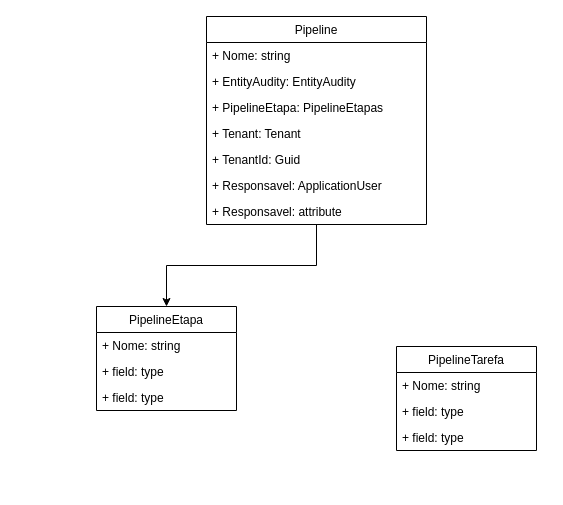
Above: docs/Composição entidade Pipeline e suas relações.drawio in sigespweb22/boxapp-api (draw.io), before the change. Source tidied: cells renumbered, new cells numbered last; positions are measured from the earlier drawing's top-left corner, leaving out a move shared by most shapes. Both pictures are drawn from the tidied source at 100%, with x=0, y=0 at pixel (96, 16).
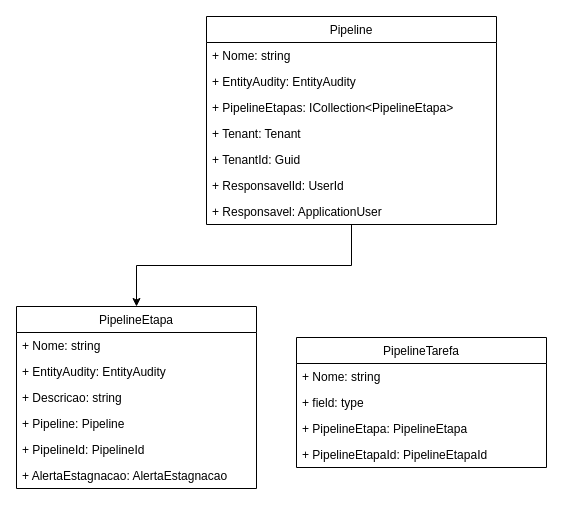
The same diagram, later.

Change to the diagram source:
```diff
@@
     <mxCell id="3" value="Pipeline" style="swimlane;fontStyle=0;horizontal=1;startSize=26;fillColor=none;" parent="1" vertex="1">
-      <mxGeometry x="110" width="220" height="208" as="geometry" />
+      <mxGeometry x="110" width="290" height="208" as="geometry" />
     </mxCell>
     <mxCell id="4" value="+ Nome: string" style="text;strokeColor=none;fillColor=none;align=left;verticalAlign=top;spacingLeft=4;spacingRight=4;overflow=hidden;" parent="3" vertex="1">
-      <mxGeometry y="26" width="220" height="26" as="geometry" />
+      <mxGeometry y="26" width="290" height="26" as="geometry" />
     </mxCell>
     <mxCell id="5" value="+ EntityAudity: EntityAudity" style="text;strokeColor=none;fillColor=none;align=left;verticalAlign=top;spacingLeft=4;spacingRight=4;overflow=hidden;" parent="3" vertex="1">
-      <mxGeometry y="52" width="220" height="26" as="geometry" />
+      <mxGeometry y="52" width="290" height="26" as="geometry" />
     </mxCell>
-    <mxCell id="6" value="+ PipelineEtapa: PipelineEtapas" style="text;strokeColor=none;fillColor=none;align=left;verticalAlign=top;spacingLeft=4;spacingRight=4;overflow=hidden;" parent="3" vertex="1">
-      <mxGeometry y="78" width="220" height="26" as="geometry" />
+    <mxCell id="6" value="+ PipelineEtapas: ICollection&lt;PipelineEtapa&gt;" style="text;strokeColor=none;fillColor=none;align=left;verticalAlign=top;spacingLeft=4;spacingRight=4;overflow=hidden;" parent="3" vertex="1">
+      <mxGeometry y="78" width="290" height="26" as="geometry" />
     </mxCell>
     <mxCell id="7" value="+ Tenant: Tenant" style="text;strokeColor=none;fillColor=none;align=left;verticalAlign=top;spacingLeft=4;spacingRight=4;overflow=hidden;" parent="3" vertex="1">
-      <mxGeometry y="104" width="220" height="26" as="geometry" />
+      <mxGeometry y="104" width="290" height="26" as="geometry" />
     </mxCell>
     <mxCell id="8" value="+ TenantId: Guid" style="text;strokeColor=none;fillColor=none;align=left;verticalAlign=top;spacingLeft=4;spacingRight=4;overflow=hidden;" parent="3" vertex="1">
-      <mxGeometry y="130" width="220" height="26" as="geometry" />
+      <mxGeometry y="130" width="290" height="26" as="geometry" />
     </mxCell>
-    <mxCell id="9" value="+ Responsavel: ApplicationUser" style="text;strokeColor=none;fillColor=none;align=left;verticalAlign=top;spacingLeft=4;spacingRight=4;overflow=hidden;" parent="3" vertex="1">
-      <mxGeometry y="156" width="220" height="26" as="geometry" />
+    <mxCell id="9" value="+ ResponsavelId: UserId" style="text;strokeColor=none;fillColor=none;align=left;verticalAlign=top;spacingLeft=4;spacingRight=4;overflow=hidden;" parent="3" vertex="1">
+      <mxGeometry y="156" width="290" height="26" as="geometry" />
     </mxCell>
-    <mxCell id="10" value="+ Responsavel: attribute" style="text;strokeColor=none;fillColor=none;align=left;verticalAlign=top;spacingLeft=4;spacingRight=4;overflow=hidden;" parent="3" vertex="1">
-      <mxGeometry y="182" width="220" height="26" as="geometry" />
+    <mxCell id="10" value="+ Responsavel: ApplicationUser" style="text;strokeColor=none;fillColor=none;align=left;verticalAlign=top;spacingLeft=4;spacingRight=4;overflow=hidden;" parent="3" vertex="1">
+      <mxGeometry y="182" width="290" height="26" as="geometry" />
     </mxCell>
     <mxCell id="11" value="PipelineEtapa" style="swimlane;fontStyle=0;horizontal=1;startSize=26;fillColor=none;" parent="1" vertex="1">
-      <mxGeometry y="290" width="140" height="104" as="geometry" />
+      <mxGeometry x="-80" y="290" width="240" height="182" as="geometry" />
     </mxCell>
     <mxCell id="12" value="+ Nome: string" style="text;strokeColor=none;fillColor=none;align=left;verticalAlign=top;spacingLeft=4;spacingRight=4;overflow=hidden;" parent="11" vertex="1">
-      <mxGeometry y="26" width="140" height="26" as="geometry" />
+      <mxGeometry y="26" width="240" height="26" as="geometry" />
     </mxCell>
+    <mxCell id="19" value="+ EntityAudity: EntityAudity" style="text;strokeColor=none;fillColor=none;align=left;verticalAlign=top;spacingLeft=4;spacingRight=4;overflow=hidden;" parent="11" vertex="1">
+      <mxGeometry y="52" width="240" height="26" as="geometry" />
+    </mxCell>
-    <mxCell id="13" value="+ field: type" style="text;strokeColor=none;fillColor=none;align=left;verticalAlign=top;spacingLeft=4;spacingRight=4;overflow=hidden;" parent="11" vertex="1">
-      <mxGeometry y="52" width="140" height="26" as="geometry" />
+    <mxCell id="13" value="+ Descricao: string" style="text;strokeColor=none;fillColor=none;align=left;verticalAlign=top;spacingLeft=4;spacingRight=4;overflow=hidden;" parent="11" vertex="1">
+      <mxGeometry y="78" width="240" height="26" as="geometry" />
     </mxCell>
-    <mxCell id="14" value="+ field: type" style="text;strokeColor=none;fillColor=none;align=left;verticalAlign=top;spacingLeft=4;spacingRight=4;overflow=hidden;" parent="11" vertex="1">
-      <mxGeometry y="78" width="140" height="26" as="geometry" />
+    <mxCell id="14" value="+ Pipeline: Pipeline" style="text;strokeColor=none;fillColor=none;align=left;verticalAlign=top;spacingLeft=4;spacingRight=4;overflow=hidden;" parent="11" vertex="1">
+      <mxGeometry y="104" width="240" height="26" as="geometry" />
     </mxCell>
+    <mxCell id="20" value="+ PipelineId: PipelineId" style="text;strokeColor=none;fillColor=none;align=left;verticalAlign=top;spacingLeft=4;spacingRight=4;overflow=hidden;" parent="11" vertex="1">
+      <mxGeometry y="130" width="240" height="26" as="geometry" />
+    </mxCell>
+    <mxCell id="21" value="+ AlertaEstagnacao: AlertaEstagnacao" style="text;strokeColor=none;fillColor=none;align=left;verticalAlign=top;spacingLeft=4;spacingRight=4;overflow=hidden;" parent="11" vertex="1">
+      <mxGeometry y="156" width="240" height="26" as="geometry" />
+    </mxCell>
     <mxCell id="15" value="PipelineTarefa" style="swimlane;fontStyle=0;horizontal=1;startSize=26;fillColor=none;" parent="1" vertex="1">
-      <mxGeometry x="300" y="330" width="140" height="104" as="geometry" />
+      <mxGeometry x="200" y="321" width="250" height="130" as="geometry" />
     </mxCell>
     <mxCell id="16" value="+ Nome: string" style="text;strokeColor=none;fillColor=none;align=left;verticalAlign=top;spacingLeft=4;spacingRight=4;overflow=hidden;" parent="15" vertex="1">
-      <mxGeometry y="26" width="140" height="26" as="geometry" />
+      <mxGeometry y="26" width="250" height="26" as="geometry" />
     </mxCell>
     <mxCell id="17" value="+ field: type" style="text;strokeColor=none;fillColor=none;align=left;verticalAlign=top;spacingLeft=4;spacingRight=4;overflow=hidden;" parent="15" vertex="1">
-      <mxGeometry y="52" width="140" height="26" as="geometry" />
+      <mxGeometry y="52" width="250" height="26" as="geometry" />
     </mxCell>
-    <mxCell id="18" value="+ field: type" style="text;strokeColor=none;fillColor=none;align=left;verticalAlign=top;spacingLeft=4;spacingRight=4;overflow=hidden;" parent="15" vertex="1">
-      <mxGeometry y="78" width="140" height="26" as="geometry" />
+    <mxCell id="18" value="+ PipelineEtapa: PipelineEtapa" style="text;strokeColor=none;fillColor=none;align=left;verticalAlign=top;spacingLeft=4;spacingRight=4;overflow=hidden;" parent="15" vertex="1">
+      <mxGeometry y="78" width="250" height="26" as="geometry" />
     </mxCell>
+    <mxCell id="22" value="+ PipelineEtapaId: PipelineEtapaId" style="text;strokeColor=none;fillColor=none;align=left;verticalAlign=top;spacingLeft=4;spacingRight=4;overflow=hidden;" parent="15" vertex="1">
+      <mxGeometry y="104" width="250" height="26" as="geometry" />
+    </mxCell>
```
